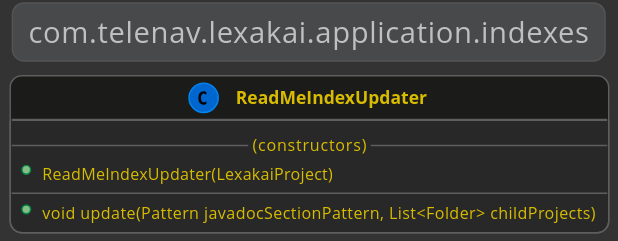
Before: application/documentation/diagrams/com.telenav.lexakai.application.indexes.svg, a diagram exported from PlantUML (Telenav/lexakai).
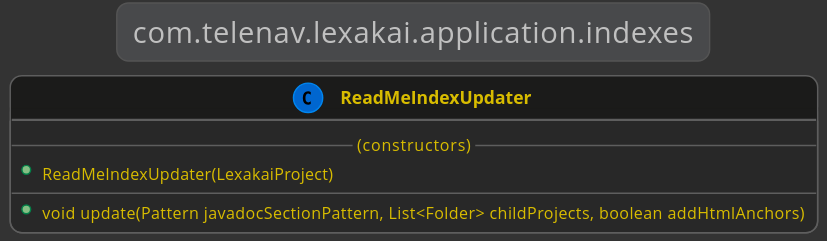
The same file after the commit.

What changed in the source:
```diff
@@ -9,7 +9,7 @@
         --(constructors)--
         +ReadMeIndexUpdater(LexakaiProject)
         --
-        +void update(Pattern javadocSectionPattern, List<Folder> childProjects)
+        +void update(Pattern javadocSectionPattern, List<Folder> childProjects, boolean addHtmlAnchors)
     }
 
 @enduml
```
